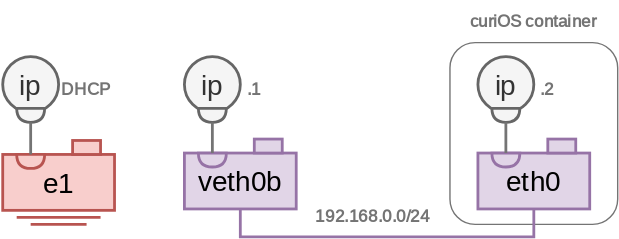
kernelkit/kernelkit.github.io keeps this draw.io diagram as assets/img/basic-docker-veth.svg. Above is the earlier version. Source tidied: cells renumbered, new cells last; positions are measured from the earlier drawing's top-left corner, leaving out a move shared by most shapes. Source of this version:
```xml
<mxGraphModel>
  <root>
    <mxCell id="0" />
    <mxCell id="1" parent="0" />
    <mxCell id="2" style="rounded=1;whiteSpace=wrap;html=1;fillColor=none;strokeColor=#747474;" parent="1" vertex="1">
      <mxGeometry x="320" y="30" width="120" height="130" as="geometry" />
    </mxCell>
    <mxCell id="3" style="edgeStyle=orthogonalEdgeStyle;rounded=0;jettySize=auto;html=1;exitX=0.5;exitY=1;exitDx=0;exitDy=0;entryX=0.5;entryY=1;entryDx=0;entryDy=0;endArrow=none;endFill=0;strokeWidth=2;fillColor=#e1d5e7;strokeColor=#9673a6;" parent="1" edge="1" source="5" target="9">
      <mxGeometry relative="1" as="geometry" />
    </mxCell>
    <mxCell id="4" style="group;" parent="1" vertex="1">
      <mxGeometry x="130" y="99" width="80" height="50" as="geometry" />
    </mxCell>
    <mxCell id="5" value="veth0b" style="rounded=0;whiteSpace=wrap;html=1;fillColor=#e1d5e7;strokeColor=#9673a6;strokeWidth=2;fontFamily=Inconsolata;fontSource=https%3A%2F%2Ffonts.googleapis.com%2Fcss%3Ffamily%3DInconsolata;fontSize=20;" parent="4" vertex="1">
      <mxGeometry y="10" width="80" height="40" as="geometry" />
    </mxCell>
    <mxCell id="6" style="rounded=0;whiteSpace=wrap;html=1;fillColor=#e1d5e7;strokeColor=#9673a6;strokeWidth=2;fontFamily=Inconsolata;fontSource=https%3A%2F%2Ffonts.googleapis.com%2Fcss%3Ffamily%3DInconsolata;fontSize=20;" parent="4" vertex="1">
      <mxGeometry x="50" width="20" height="10" as="geometry" />
    </mxCell>
    <mxCell id="7" style="shape=or;whiteSpace=wrap;html=1;rotation=90;fillColor=#e1d5e7;strokeColor=#9673a6;strokeWidth=2;fontFamily=Inconsolata;fontSource=https%3A%2F%2Ffonts.googleapis.com%2Fcss%3Ffamily%3DInconsolata;fontSize=20;" parent="4" vertex="1">
      <mxGeometry x="15" y="5" width="10" height="20" as="geometry" />
    </mxCell>
    <mxCell id="8" style="group;" parent="1" vertex="1">
      <mxGeometry x="340" y="99" width="80" height="50" as="geometry" />
    </mxCell>
    <mxCell id="9" value="eth0" style="rounded=0;whiteSpace=wrap;html=1;fillColor=#e1d5e7;strokeColor=#9673a6;strokeWidth=2;fontFamily=Inconsolata;fontSource=https%3A%2F%2Ffonts.googleapis.com%2Fcss%3Ffamily%3DInconsolata;fontSize=20;" parent="8" vertex="1">
      <mxGeometry y="10" width="80" height="40" as="geometry" />
    </mxCell>
    <mxCell id="10" style="rounded=0;whiteSpace=wrap;html=1;fillColor=#e1d5e7;strokeColor=#9673a6;strokeWidth=2;fontFamily=Inconsolata;fontSource=https%3A%2F%2Ffonts.googleapis.com%2Fcss%3Ffamily%3DInconsolata;fontSize=20;" parent="8" vertex="1">
      <mxGeometry x="50" width="20" height="10" as="geometry" />
    </mxCell>
    <mxCell id="11" style="shape=or;whiteSpace=wrap;html=1;rotation=90;fillColor=#e1d5e7;strokeColor=#9673a6;strokeWidth=2;fontFamily=Inconsolata;fontSource=https%3A%2F%2Ffonts.googleapis.com%2Fcss%3Ffamily%3DInconsolata;fontSize=20;" parent="8" vertex="1">
      <mxGeometry x="15" y="5" width="10" height="20" as="geometry" />
    </mxCell>
    <mxCell id="12" value="curiOS container" style="text;html=1;align=center;verticalAlign=middle;whiteSpace=wrap;rounded=0;fontFamily=Inconsolata;fontSource=https%3A%2F%2Ffonts.googleapis.com%2Fcss%3Ffamily%3DInconsolata;strokeColor=none;fontColor=#747474;fontStyle=1;" parent="1" vertex="1">
      <mxGeometry x="325" width="110" height="30" as="geometry" />
    </mxCell>
    <mxCell id="13" style="group;" parent="1" vertex="1">
      <mxGeometry x="340" y="40" width="40" height="47" as="geometry" />
    </mxCell>
    <mxCell id="14" value="ip" style="ellipse;whiteSpace=wrap;html=1;fillColor=#f5f5f5;fontColor=#333333;strokeColor=#666666;fontFamily=Inconsolata;fontSource=https%3A%2F%2Ffonts.googleapis.com%2Fcss%3Ffamily%3DInconsolata;fontSize=20;strokeWidth=2;" parent="13" vertex="1">
      <mxGeometry width="40" height="40" as="geometry" />
    </mxCell>
    <mxCell id="15" style="shape=or;whiteSpace=wrap;html=1;rotation=90;fillColor=#f5f5f5;strokeColor=#666666;strokeWidth=2;fontFamily=Inconsolata;fontSource=https%3A%2F%2Ffonts.googleapis.com%2Fcss%3Ffamily%3DInconsolata;fontSize=20;fontColor=#333333;" parent="13" vertex="1">
      <mxGeometry x="15" y="32" width="10" height="20" as="geometry" />
    </mxCell>
    <mxCell id="16" style="endArrow=none;html=1;rounded=0;entryX=1;entryY=0.5;entryDx=0;entryDy=0;exitX=0;exitY=0.5;exitDx=0;exitDy=0;entryPerimeter=0;exitPerimeter=0;strokeWidth=2;strokeColor=#747474;" parent="1" edge="1" source="11" target="15">
      <mxGeometry relative="1" as="geometry" />
    </mxCell>
    <mxCell id="17" value="192.168.0.0/24" style="text;html=1;align=center;verticalAlign=middle;whiteSpace=wrap;rounded=0;fontFamily=Inconsolata;fontSource=https%3A%2F%2Ffonts.googleapis.com%2Fcss%3Ffamily%3DInconsolata;fontColor=#747474;fontStyle=1;" parent="1" vertex="1">
      <mxGeometry x="210" y="140" width="110" height="30" as="geometry" />
    </mxCell>
    <mxCell id="18" style="group;" parent="1" vertex="1">
      <mxGeometry x="130" y="40" width="40" height="47" as="geometry" />
    </mxCell>
    <mxCell id="19" value="ip" style="ellipse;whiteSpace=wrap;html=1;fillColor=#f5f5f5;fontColor=#333333;strokeColor=#666666;fontFamily=Inconsolata;fontSource=https%3A%2F%2Ffonts.googleapis.com%2Fcss%3Ffamily%3DInconsolata;fontSize=20;strokeWidth=2;" parent="18" vertex="1">
      <mxGeometry width="40" height="40" as="geometry" />
    </mxCell>
    <mxCell id="20" style="shape=or;whiteSpace=wrap;html=1;rotation=90;fillColor=#f5f5f5;strokeColor=#666666;strokeWidth=2;fontFamily=Inconsolata;fontSource=https%3A%2F%2Ffonts.googleapis.com%2Fcss%3Ffamily%3DInconsolata;fontSize=20;fontColor=#333333;" parent="18" vertex="1">
      <mxGeometry x="15" y="32" width="10" height="20" as="geometry" />
    </mxCell>
    <mxCell id="21" style="endArrow=none;html=1;rounded=0;entryX=1;entryY=0.5;entryDx=0;entryDy=0;exitX=0;exitY=0.5;exitDx=0;exitDy=0;entryPerimeter=0;exitPerimeter=0;strokeWidth=2;strokeColor=#747474;" parent="1" edge="1" target="20">
      <mxGeometry relative="1" as="geometry">
        <mxPoint x="150" y="109" as="sourcePoint" />
      </mxGeometry>
    </mxCell>
    <mxCell id="22" value=".1" style="text;html=1;align=center;verticalAlign=middle;whiteSpace=wrap;rounded=0;fontFamily=Inconsolata;fontSource=https%3A%2F%2Ffonts.googleapis.com%2Fcss%3Ffamily%3DInconsolata;fontColor=#747474;fontStyle=1;" parent="1" vertex="1">
      <mxGeometry x="170" y="48.5" width="20" height="30" as="geometry" />
    </mxCell>
    <mxCell id="23" value=".2" style="text;html=1;align=center;verticalAlign=middle;whiteSpace=wrap;rounded=0;fontFamily=Inconsolata;fontSource=https%3A%2F%2Ffonts.googleapis.com%2Fcss%3Ffamily%3DInconsolata;fontColor=#747474;fontStyle=1;" parent="1" vertex="1">
      <mxGeometry x="380" y="48.5" width="20" height="30" as="geometry" />
    </mxCell>
    <mxCell id="24" style="group;" parent="1" vertex="1">
      <mxGeometry y="100" width="80" height="60" as="geometry" />
    </mxCell>
    <mxCell id="25" value="e1" style="rounded=0;whiteSpace=wrap;html=1;fillColor=#f8cecc;strokeColor=#b85450;strokeWidth=2;fontFamily=Inconsolata;fontSource=https%3A%2F%2Ffonts.googleapis.com%2Fcss%3Ffamily%3DInconsolata;fontSize=20;" parent="24" vertex="1">
      <mxGeometry y="10" width="80" height="40" as="geometry" />
    </mxCell>
    <mxCell id="26" style="rounded=0;whiteSpace=wrap;html=1;fillColor=#f8cecc;strokeColor=#b85450;strokeWidth=2;fontFamily=Inconsolata;fontSource=https%3A%2F%2Ffonts.googleapis.com%2Fcss%3Ffamily%3DInconsolata;fontSize=20;" parent="24" vertex="1">
      <mxGeometry x="50" width="20" height="10" as="geometry" />
    </mxCell>
    <mxCell id="27" style="shape=or;whiteSpace=wrap;html=1;rotation=90;fillColor=#f8cecc;strokeColor=#b85450;strokeWidth=2;fontFamily=Inconsolata;fontSource=https%3A%2F%2Ffonts.googleapis.com%2Fcss%3Ffamily%3DInconsolata;fontSize=20;" parent="24" vertex="1">
      <mxGeometry x="15" y="5" width="10" height="20" as="geometry" />
    </mxCell>
    <mxCell id="28" style="endArrow=none;html=1;rounded=0;fillColor=#f8cecc;strokeColor=#b85450;strokeWidth=2;fontFamily=Inconsolata;fontSource=https%3A%2F%2Ffonts.googleapis.com%2Fcss%3Ffamily%3DInconsolata;fontSize=20;" parent="24" edge="1">
      <mxGeometry relative="1" as="geometry">
        <mxPoint x="20" y="60" as="sourcePoint" />
        <mxPoint x="60" y="60" as="targetPoint" />
      </mxGeometry>
    </mxCell>
    <mxCell id="29" style="endArrow=none;html=1;rounded=0;fillColor=#f8cecc;strokeColor=#b85450;strokeWidth=2;fontFamily=Inconsolata;fontSource=https%3A%2F%2Ffonts.googleapis.com%2Fcss%3Ffamily%3DInconsolata;fontSize=20;" parent="24" edge="1">
      <mxGeometry relative="1" as="geometry">
        <mxPoint x="10" y="55" as="sourcePoint" />
        <mxPoint x="70" y="55" as="targetPoint" />
      </mxGeometry>
    </mxCell>
    <mxCell id="30" style="group;" parent="1" vertex="1">
      <mxGeometry y="40" width="40" height="47" as="geometry" />
    </mxCell>
    <mxCell id="31" value="ip" style="ellipse;whiteSpace=wrap;html=1;fillColor=#f5f5f5;fontColor=#333333;strokeColor=#666666;fontFamily=Inconsolata;fontSource=https%3A%2F%2Ffonts.googleapis.com%2Fcss%3Ffamily%3DInconsolata;fontSize=20;strokeWidth=2;" parent="30" vertex="1">
      <mxGeometry width="40" height="40" as="geometry" />
    </mxCell>
    <mxCell id="32" style="shape=or;whiteSpace=wrap;html=1;rotation=90;fillColor=#f5f5f5;strokeColor=#666666;strokeWidth=2;fontFamily=Inconsolata;fontSource=https%3A%2F%2Ffonts.googleapis.com%2Fcss%3Ffamily%3DInconsolata;fontSize=20;fontColor=#333333;" parent="30" vertex="1">
      <mxGeometry x="15" y="32" width="10" height="20" as="geometry" />
    </mxCell>
    <mxCell id="33" style="endArrow=none;html=1;rounded=0;entryX=1;entryY=0.5;entryDx=0;entryDy=0;exitX=0;exitY=0.5;exitDx=0;exitDy=0;entryPerimeter=0;exitPerimeter=0;strokeWidth=2;strokeColor=#747474;" parent="1" edge="1" source="27" target="32">
      <mxGeometry relative="1" as="geometry" />
    </mxCell>
    <mxCell id="34" value="DHCP" style="text;html=1;align=center;verticalAlign=middle;whiteSpace=wrap;rounded=0;fontFamily=Inconsolata;fontSource=https%3A%2F%2Ffonts.googleapis.com%2Fcss%3Ffamily%3DInconsolata;fontColor=#747474;fontStyle=1;" parent="1" vertex="1">
      <mxGeometry x="40" y="48.5" width="40" height="30" as="geometry" />
    </mxCell>
  </root>
</mxGraphModel>
```
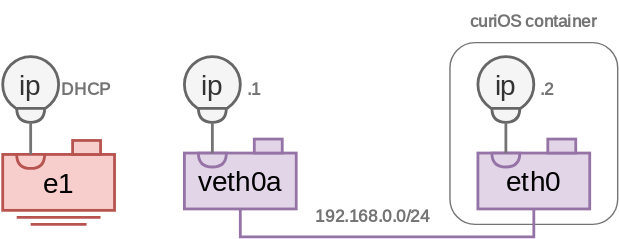
Above is the later version.

Commit message:
Fix copy-paste mistakes

What changed in the source:
```diff
@@ -11,7 +11,7 @@
     <mxCell id="4" style="group;" parent="1" vertex="1">
       <mxGeometry x="130" y="99" width="80" height="50" as="geometry" />
     </mxCell>
-    <mxCell id="5" value="veth0b" style="rounded=0;whiteSpace=wrap;html=1;fillColor=#e1d5e7;strokeColor=#9673a6;strokeWidth=2;fontFamily=Inconsolata;fontSource=https%3A%2F%2Ffonts.googleapis.com%2Fcss%3Ffamily%3DInconsolata;fontSize=20;" parent="4" vertex="1">
+    <mxCell id="5" value="veth0a" style="rounded=0;whiteSpace=wrap;html=1;fillColor=#e1d5e7;strokeColor=#9673a6;strokeWidth=2;fontFamily=Inconsolata;fontSource=https%3A%2F%2Ffonts.googleapis.com%2Fcss%3Ffamily%3DInconsolata;fontSize=20;" parent="4" vertex="1">
       <mxGeometry y="10" width="80" height="40" as="geometry" />
     </mxCell>
     <mxCell id="6" style="rounded=0;whiteSpace=wrap;html=1;fillColor=#e1d5e7;strokeColor=#9673a6;strokeWidth=2;fontFamily=Inconsolata;fontSource=https%3A%2F%2Ffonts.googleapis.com%2Fcss%3Ffamily%3DInconsolata;fontSize=20;" parent="4" vertex="1">
```
